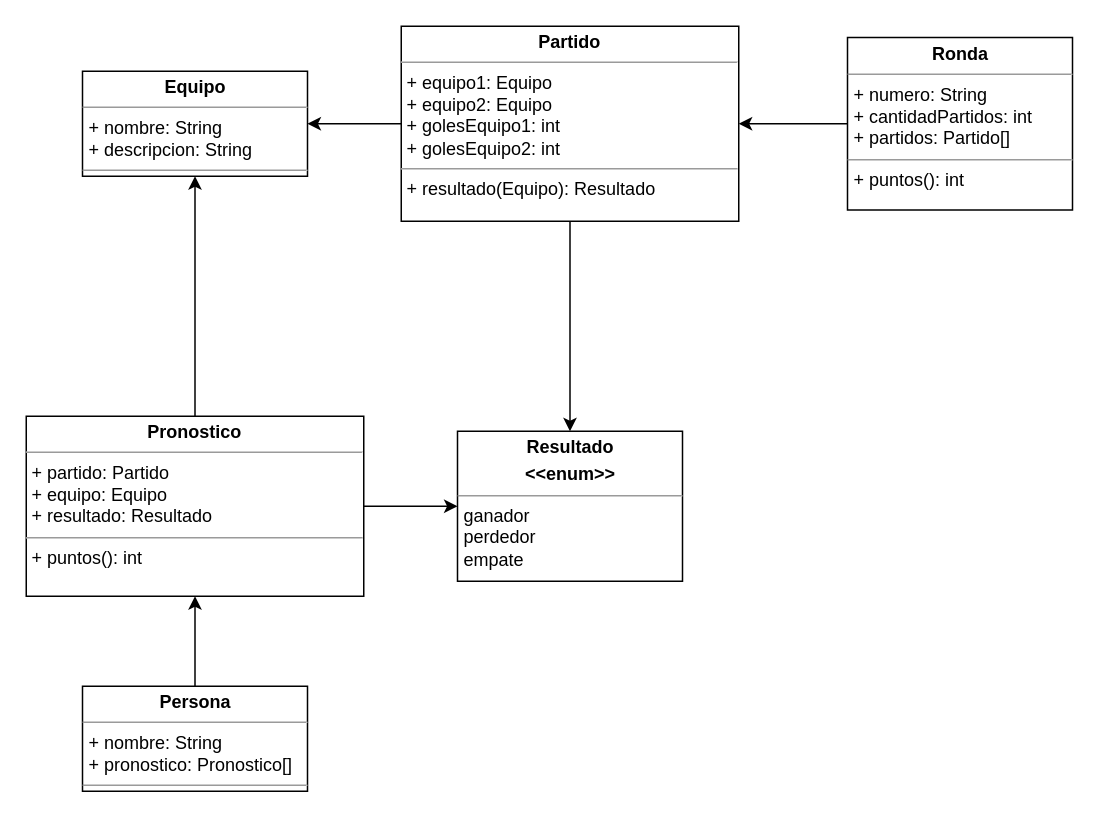
Earlier version of the draw.io diagram src/especificaciones/Diagrama propuesto.drawio (DogtorColmillo/Trabajo-Integrador). Source tidied: cells renumbered, new cells numbered last; positions are measured from the earlier drawing's top-left corner, leaving out a move shared by most shapes. Both pictures are drawn from the tidied source at 150%, with x=0, y=0 at pixel (26, 26).
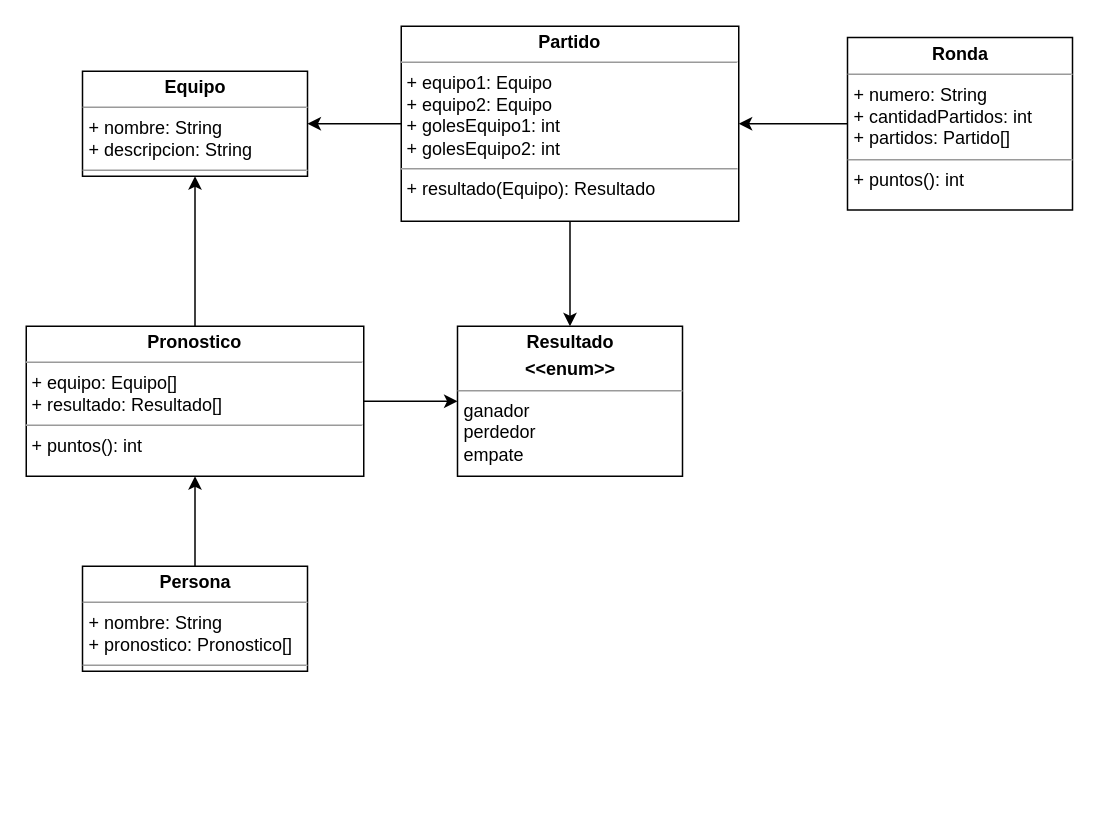
After the change.

Commit message (it also covers changes not shown here):
Implementado pronostico y prueba main

Diff of the diagram source:
```diff
@@
 <mxGraphModel>
   <root>
     <mxCell id="0" />
     <mxCell id="1" parent="0" />
     <mxCell id="2" value="&lt;p style=&quot;margin:0px;margin-top:4px;text-align:center;&quot;&gt;&lt;b&gt;Equipo&lt;/b&gt;&lt;/p&gt;&lt;hr size=&quot;1&quot;&gt;&lt;p style=&quot;margin:0px;margin-left:4px;&quot;&gt;+ nombre: String&lt;/p&gt;&lt;p style=&quot;margin:0px;margin-left:4px;&quot;&gt;+ descripcion: String&lt;/p&gt;&lt;hr size=&quot;1&quot;&gt;&lt;p style=&quot;margin:0px;margin-left:4px;&quot;&gt;&lt;br&gt;&lt;/p&gt;" style="verticalAlign=top;align=left;overflow=fill;fontSize=12;fontFamily=Helvetica;html=1;" parent="1" vertex="1">
       <mxGeometry x="37.5" y="30" width="150" height="70" as="geometry" />
     </mxCell>
     <mxCell id="3" style="edgeStyle=none;html=1;exitX=0;exitY=0.5;exitDx=0;exitDy=0;entryX=1;entryY=0.5;entryDx=0;entryDy=0;" parent="1" edge="1" source="5" target="2">
       <mxGeometry relative="1" as="geometry" />
     </mxCell>
     <mxCell id="4" style="edgeStyle=none;html=1;exitX=0.5;exitY=1;exitDx=0;exitDy=0;entryX=0.5;entryY=0;entryDx=0;entryDy=0;" parent="1" edge="1" source="5" target="8">
       <mxGeometry relative="1" as="geometry" />
     </mxCell>
     <mxCell id="5" value="&lt;p style=&quot;margin:0px;margin-top:4px;text-align:center;&quot;&gt;&lt;b&gt;Partido&lt;/b&gt;&lt;/p&gt;&lt;hr size=&quot;1&quot;&gt;&lt;p style=&quot;margin:0px;margin-left:4px;&quot;&gt;+ equipo1: Equipo&lt;/p&gt;&lt;p style=&quot;margin:0px;margin-left:4px;&quot;&gt;+ equipo2: Equipo&lt;br&gt;&lt;/p&gt;&lt;p style=&quot;margin:0px;margin-left:4px;&quot;&gt;+ golesEquipo1: int&lt;/p&gt;&lt;p style=&quot;margin:0px;margin-left:4px;&quot;&gt;+ golesEquipo2: int&lt;br&gt;&lt;/p&gt;&lt;hr size=&quot;1&quot;&gt;&lt;p style=&quot;margin:0px;margin-left:4px;&quot;&gt;+ resultado(Equipo): Resultado&lt;/p&gt;" style="verticalAlign=top;align=left;overflow=fill;fontSize=12;fontFamily=Helvetica;html=1;" parent="1" vertex="1">
       <mxGeometry x="250" width="225" height="130" as="geometry" />
     </mxCell>
     <mxCell id="6" style="edgeStyle=none;html=1;exitX=0;exitY=0.5;exitDx=0;exitDy=0;entryX=1;entryY=0.5;entryDx=0;entryDy=0;" parent="1" edge="1" source="7" target="5">
       <mxGeometry relative="1" as="geometry" />
     </mxCell>
     <mxCell id="7" value="&lt;p style=&quot;margin:0px;margin-top:4px;text-align:center;&quot;&gt;&lt;b&gt;Ronda&lt;/b&gt;&lt;/p&gt;&lt;hr size=&quot;1&quot;&gt;&lt;p style=&quot;margin:0px;margin-left:4px;&quot;&gt;+ numero: String&lt;/p&gt;&lt;p style=&quot;margin:0px;margin-left:4px;&quot;&gt;+ cantidadPartidos: int&lt;/p&gt;&lt;p style=&quot;margin:0px;margin-left:4px;&quot;&gt;+ partidos: Partido[]&lt;/p&gt;&lt;hr size=&quot;1&quot;&gt;&lt;p style=&quot;margin:0px;margin-left:4px;&quot;&gt;+ puntos(): int&lt;/p&gt;" style="verticalAlign=top;align=left;overflow=fill;fontSize=12;fontFamily=Helvetica;html=1;" parent="1" vertex="1">
       <mxGeometry x="547.5" y="7.5" width="150" height="115" as="geometry" />
     </mxCell>
     <mxCell id="8" value="&lt;p style=&quot;margin:0px;margin-top:4px;text-align:center;&quot;&gt;&lt;b&gt;Resultado&lt;/b&gt;&lt;/p&gt;&lt;p style=&quot;margin:0px;margin-top:4px;text-align:center;&quot;&gt;&lt;b&gt;&amp;lt;&amp;lt;enum&amp;gt;&amp;gt;&lt;/b&gt;&lt;/p&gt;&lt;hr size=&quot;1&quot;&gt;&lt;p style=&quot;margin:0px;margin-left:4px;&quot;&gt;ganador&lt;/p&gt;&lt;p style=&quot;margin:0px;margin-left:4px;&quot;&gt;perdedor&lt;/p&gt;&lt;p style=&quot;margin:0px;margin-left:4px;&quot;&gt;empate&lt;/p&gt;&lt;p style=&quot;margin:0px;margin-left:4px;&quot;&gt;&lt;br&gt;&lt;/p&gt;" style="verticalAlign=top;align=left;overflow=fill;fontSize=12;fontFamily=Helvetica;html=1;" parent="1" vertex="1">
-      <mxGeometry x="287.5" y="270" width="150" height="100" as="geometry" />
+      <mxGeometry x="287.5" y="200" width="150" height="100" as="geometry" />
     </mxCell>
     <mxCell id="9" style="edgeStyle=none;html=1;exitX=1;exitY=0.5;exitDx=0;exitDy=0;entryX=0;entryY=0.5;entryDx=0;entryDy=0;" parent="1" edge="1" source="11" target="8">
       <mxGeometry relative="1" as="geometry" />
     </mxCell>
     <mxCell id="10" style="edgeStyle=none;html=1;exitX=0.5;exitY=0;exitDx=0;exitDy=0;entryX=0.5;entryY=1;entryDx=0;entryDy=0;" parent="1" edge="1" source="11" target="2">
       <mxGeometry relative="1" as="geometry" />
     </mxCell>
-    <mxCell id="11" value="&lt;p style=&quot;margin:0px;margin-top:4px;text-align:center;&quot;&gt;&lt;b&gt;Pronostico&lt;/b&gt;&lt;/p&gt;&lt;hr size=&quot;1&quot;&gt;&lt;p style=&quot;margin:0px;margin-left:4px;&quot;&gt;+ partido: Partido&lt;/p&gt;&lt;p style=&quot;margin:0px;margin-left:4px;&quot;&gt;+ equipo: Equipo&lt;/p&gt;&lt;p style=&quot;margin:0px;margin-left:4px;&quot;&gt;+ resultado: Resultado&lt;/p&gt;&lt;hr size=&quot;1&quot;&gt;&lt;p style=&quot;margin:0px;margin-left:4px;&quot;&gt;+ puntos(): int&lt;/p&gt;" style="verticalAlign=top;align=left;overflow=fill;fontSize=12;fontFamily=Helvetica;html=1;" parent="1" vertex="1">
-      <mxGeometry y="260" width="225" height="120" as="geometry" />
+    <mxCell id="11" value="&lt;p style=&quot;margin:0px;margin-top:4px;text-align:center;&quot;&gt;&lt;b&gt;Pronostico&lt;/b&gt;&lt;/p&gt;&lt;hr size=&quot;1&quot;&gt;&lt;p style=&quot;margin:0px;margin-left:4px;&quot;&gt;&lt;span style=&quot;background-color: initial;&quot;&gt;+ equipo: Equipo[]&lt;/span&gt;&lt;br&gt;&lt;/p&gt;&lt;p style=&quot;margin:0px;margin-left:4px;&quot;&gt;+ resultado: Resultado[]&lt;/p&gt;&lt;hr size=&quot;1&quot;&gt;&lt;p style=&quot;margin:0px;margin-left:4px;&quot;&gt;+ puntos(): int&lt;/p&gt;" style="verticalAlign=top;align=left;overflow=fill;fontSize=12;fontFamily=Helvetica;html=1;" parent="1" vertex="1">
+      <mxGeometry y="200" width="225" height="100" as="geometry" />
     </mxCell>
     <mxCell id="12" style="edgeStyle=none;html=1;exitX=0.5;exitY=0;exitDx=0;exitDy=0;entryX=0.5;entryY=1;entryDx=0;entryDy=0;" parent="1" edge="1" source="13" target="11">
       <mxGeometry relative="1" as="geometry" />
     </mxCell>
     <mxCell id="13" value="&lt;p style=&quot;margin:0px;margin-top:4px;text-align:center;&quot;&gt;&lt;b&gt;Persona&lt;/b&gt;&lt;/p&gt;&lt;hr size=&quot;1&quot;&gt;&lt;p style=&quot;margin:0px;margin-left:4px;&quot;&gt;+ nombre: String&lt;/p&gt;&lt;p style=&quot;margin:0px;margin-left:4px;&quot;&gt;+ pronostico: Pronostico[]&lt;/p&gt;&lt;hr size=&quot;1&quot;&gt;&lt;p style=&quot;margin:0px;margin-left:4px;&quot;&gt;&lt;br&gt;&lt;/p&gt;" style="verticalAlign=top;align=left;overflow=fill;fontSize=12;fontFamily=Helvetica;html=1;" parent="1" vertex="1">
-      <mxGeometry x="37.5" y="440" width="150" height="70" as="geometry" />
+      <mxGeometry x="37.5" y="360" width="150" height="70" as="geometry" />
     </mxCell>
   </root>
 </mxGraphModel>
```
